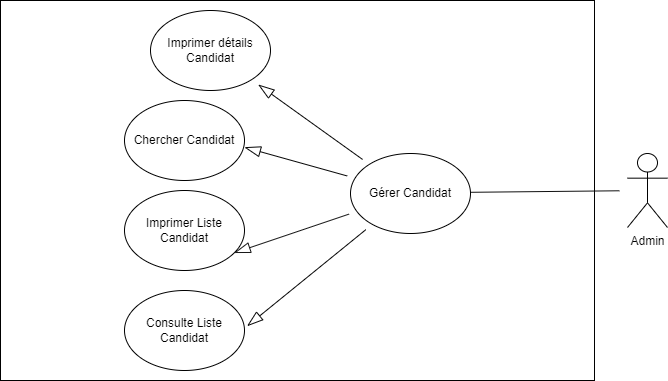
yassineraddaoui/UmlPFE keeps this draw.io diagram as Diagramme de cas d’utilisation « Gérer Spécialités ».drawio.png. Above is the earlier version. Source tidied: cells renumbered, new cells last; positions are measured from the earlier drawing's top-left corner, leaving out a move shared by most shapes.
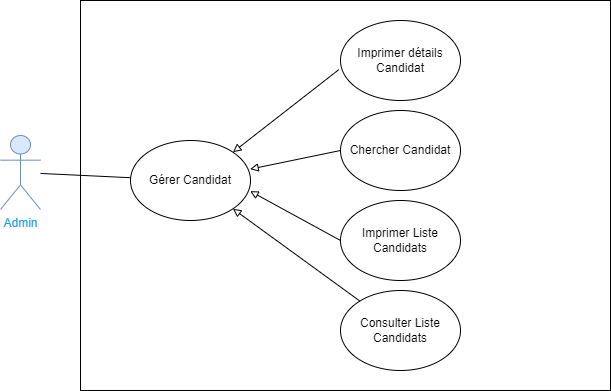
Above is the later version.

Change to the diagram source:
```diff
@@ -2,53 +2,47 @@
   <root>
     <mxCell id="0" />
     <mxCell id="1" parent="0" />
-    <mxCell id="2" style="edgeStyle=orthogonalEdgeStyle;orthogonalLoop=1;jettySize=auto;html=1;labelBackgroundColor=#FFFFFF;fontColor=default;startArrow=none;startFill=0;endArrow=block;endFill=0;startSize=14;endSize=14;sourcePerimeterSpacing=8;targetPerimeterSpacing=8;strokeColor=#FFFFFF;strokeWidth=1;" parent="1" edge="1">
-      <mxGeometry relative="1" as="geometry">
-        <mxPoint x="338" y="163" as="sourcePoint" />
-        <mxPoint x="273" y="146" as="targetPoint" />
-      </mxGeometry>
-    </mxCell>
     <mxCell id="3" style="edgeStyle=orthogonalEdgeStyle;orthogonalLoop=1;jettySize=auto;html=1;labelBackgroundColor=#FFFFFF;fontColor=default;startArrow=none;startFill=0;endArrow=block;endFill=0;startSize=14;endSize=14;sourcePerimeterSpacing=8;targetPerimeterSpacing=8;strokeColor=#FFFFFF;strokeWidth=1;" parent="1" edge="1">
       <mxGeometry relative="1" as="geometry">
         <mxPoint x="263" y="214" as="sourcePoint" />
         <mxPoint x="264" y="226" as="targetPoint" />
       </mxGeometry>
     </mxCell>
+    <mxCell id="16" style="edgeStyle=none;rounded=0;jettySize=auto;html=1;entryX=1;entryY=1;entryDx=0;entryDy=0;startArrow=none;startFill=0;endArrow=block;endFill=0;" parent="1" edge="1" source="4" target="12">
+      <mxGeometry relative="1" as="geometry" />
+    </mxCell>
-    <mxCell id="4" value="Consulte Liste Candidat" style="ellipse;whiteSpace=wrap;html=1;labelBackgroundColor=none;hachureGap=4;fontFamily=Helvetica;fontSize=12;fontColor=#000000;strokeColor=#000000;fillColor=none;" parent="1" vertex="1">
-      <mxGeometry x="124" y="290" width="120" height="80" as="geometry" />
+    <mxCell id="4" value="Consulter Liste Candidats" style="ellipse;whiteSpace=wrap;html=1;labelBackgroundColor=none;hachureGap=4;fontFamily=Helvetica;fontSize=12;fontColor=#000000;strokeColor=#000000;fillColor=none;" parent="1" vertex="1">
+      <mxGeometry x="290" y="270" width="120" height="80" as="geometry" />
     </mxCell>
-    <mxCell id="5" value="Imprimer Liste Candidat" style="ellipse;whiteSpace=wrap;html=1;labelBackgroundColor=none;hachureGap=4;fontFamily=Helvetica;fontSize=12;fontColor=#000000;strokeColor=#000000;fillColor=none;" parent="1" vertex="1">
-      <mxGeometry x="124" y="190" width="120" height="80" as="geometry" />
+    <mxCell id="5" value="Imprimer Liste Candidats" style="ellipse;whiteSpace=wrap;html=1;labelBackgroundColor=none;hachureGap=4;fontFamily=Helvetica;fontSize=12;fontColor=#000000;strokeColor=#000000;fillColor=none;" parent="1" vertex="1">
+      <mxGeometry x="290" y="180" width="120" height="80" as="geometry" />
     </mxCell>
-    <mxCell id="6" style="shape=connector;rounded=1;sketch=0;jettySize=auto;html=1;shadow=0;labelBackgroundColor=#FFFFFF;fontFamily=Helvetica;fontSize=12;fontColor=#000000;startArrow=none;startFill=0;endArrow=none;endFill=0;startSize=14;endSize=14;sourcePerimeterSpacing=8;targetPerimeterSpacing=8;strokeColor=#0F0F0F;strokeWidth=1;entryX=0.997;entryY=0.485;entryDx=0;entryDy=0;entryPerimeter=0;" parent="1" edge="1" source="15" target="12">
-      <mxGeometry relative="1" as="geometry" />
-    </mxCell>
-    <mxCell id="7" style="rounded=0;whiteSpace=wrap;html=1;labelBackgroundColor=none;hachureGap=4;fontFamily=Helvetica;fontSize=12;fontColor=#000000;strokeColor=#000000;fillColor=none;" parent="1" vertex="1">
-      <mxGeometry width="594" height="380" as="geometry" />
-    </mxCell>
-    <mxCell id="8" style="edgeStyle=none;curved=1;rounded=0;jettySize=auto;html=1;entryX=1.022;entryY=0.445;entryDx=0;entryDy=0;entryPerimeter=0;endArrow=blockThin;startSize=14;endSize=14;sourcePerimeterSpacing=8;targetPerimeterSpacing=8;endFill=0;strokeColor=#050505;" parent="1" edge="1" source="12" target="4">
-      <mxGeometry relative="1" as="geometry" />
-    </mxCell>
-    <mxCell id="9" style="edgeStyle=none;curved=1;rounded=0;jettySize=auto;html=1;entryX=0.915;entryY=0.78;entryDx=0;entryDy=0;entryPerimeter=0;endArrow=blockThin;startSize=14;endSize=14;sourcePerimeterSpacing=8;targetPerimeterSpacing=8;strokeColor=#171717;endFill=0;" parent="1" edge="1" source="12" target="5">
-      <mxGeometry relative="1" as="geometry" />
-    </mxCell>
-    <mxCell id="10" style="edgeStyle=none;curved=1;rounded=0;jettySize=auto;html=1;entryX=1;entryY=0.585;entryDx=0;entryDy=0;entryPerimeter=0;endArrow=blockThin;endFill=0;startSize=14;endSize=14;sourcePerimeterSpacing=8;targetPerimeterSpacing=8;strokeColor=#050505;" parent="1" edge="1" source="12" target="13">
-      <mxGeometry relative="1" as="geometry" />
-    </mxCell>
-    <mxCell id="11" style="edgeStyle=none;curved=1;rounded=0;jettySize=auto;html=1;endArrow=blockThin;endFill=0;startSize=14;endSize=14;sourcePerimeterSpacing=8;targetPerimeterSpacing=8;strokeColor=#050505;" parent="1" edge="1" source="12" target="14">
-      <mxGeometry relative="1" as="geometry" />
-    </mxCell>
-    <mxCell id="12" value="Gérer Candidat" style="ellipse;whiteSpace=wrap;html=1;labelBackgroundColor=none;hachureGap=4;fontFamily=Helvetica;fontSize=12;fontColor=#000000;strokeColor=#000000;fillColor=none;" parent="1" vertex="1">
-      <mxGeometry x="350" y="153" width="120" height="80" as="geometry" />
-    </mxCell>
     <mxCell id="13" value="Chercher Candidat" style="ellipse;whiteSpace=wrap;html=1;labelBackgroundColor=none;hachureGap=4;fontFamily=Helvetica;fontSize=12;fontColor=#000000;strokeColor=#000000;fillColor=none;" parent="1" vertex="1">
-      <mxGeometry x="124" y="100" width="120" height="80" as="geometry" />
+      <mxGeometry x="290" y="90" width="120" height="80" as="geometry" />
     </mxCell>
+    <mxCell id="17" style="edgeStyle=none;rounded=0;jettySize=auto;html=1;entryX=1;entryY=0;entryDx=0;entryDy=0;endArrow=block;endFill=0;startArrow=none;startFill=0;exitX=-0.013;exitY=0.613;exitDx=0;exitDy=0;exitPerimeter=0;" parent="1" edge="1" source="14" target="12">
+      <mxGeometry relative="1" as="geometry" />
+    </mxCell>
     <mxCell id="14" value="Imprimer détails Candidat" style="ellipse;whiteSpace=wrap;html=1;labelBackgroundColor=none;hachureGap=4;fontFamily=Helvetica;fontSize=12;fontColor=#000000;strokeColor=#000000;fillColor=none;" parent="1" vertex="1">
-      <mxGeometry x="150" y="10" width="120" height="80" as="geometry" />
+      <mxGeometry x="290" width="120" height="80" as="geometry" />
     </mxCell>
-    <mxCell id="15" value="Admin" style="shape=umlActor;verticalLabelPosition=bottom;verticalAlign=top;html=1;outlineConnect=0;labelBackgroundColor=#FFFFFF;hachureGap=4;fontColor=#000000;strokeColor=#000000;fillColor=none;" parent="1" vertex="1">
-      <mxGeometry x="627" y="153" width="40" height="74" as="geometry" />
+    <mxCell id="15" value="&lt;font color=&quot;#1ba1e2&quot;&gt;Admin&lt;/font&gt;" style="shape=umlActor;verticalLabelPosition=bottom;verticalAlign=top;html=1;outlineConnect=0;labelBackgroundColor=#FFFFFF;hachureGap=4;strokeColor=#6c8ebf;fillColor=#dae8fc;" parent="1" vertex="1">
+      <mxGeometry x="-50" y="115" width="40" height="74" as="geometry" />
     </mxCell>
+    <mxCell id="18" style="edgeStyle=none;rounded=0;jettySize=auto;html=1;endArrow=none;endFill=0;" parent="1" edge="1" source="12" target="15">
+      <mxGeometry relative="1" as="geometry" />
+    </mxCell>
+    <mxCell id="12" value="Gérer Candidat" style="ellipse;whiteSpace=wrap;html=1;labelBackgroundColor=none;hachureGap=4;fontFamily=Helvetica;fontSize=12;fontColor=#000000;strokeColor=#000000;fillColor=none;" parent="1" vertex="1">
+      <mxGeometry x="80" y="120" width="120" height="80" as="geometry" />
+    </mxCell>
+    <mxCell id="19" style="edgeStyle=none;rounded=0;jettySize=auto;html=1;endArrow=block;endFill=0;startArrow=none;startFill=0;exitX=0;exitY=0.5;exitDx=0;exitDy=0;entryX=0.997;entryY=0.358;entryDx=0;entryDy=0;entryPerimeter=0;" parent="1" edge="1" source="13" target="12">
+      <mxGeometry relative="1" as="geometry" />
+    </mxCell>
+    <mxCell id="20" style="edgeStyle=none;rounded=0;jettySize=auto;html=1;endArrow=block;endFill=0;startArrow=none;startFill=0;exitX=0;exitY=0.5;exitDx=0;exitDy=0;entryX=0.997;entryY=0.633;entryDx=0;entryDy=0;entryPerimeter=0;" parent="1" edge="1" source="5" target="12">
+      <mxGeometry relative="1" as="geometry" />
+    </mxCell>
+    <mxCell id="21" style="rounded=0;whiteSpace=wrap;html=1;fillColor=none;" parent="1" vertex="1">
+      <mxGeometry x="30" y="-20" width="530" height="390" as="geometry" />
+    </mxCell>
   </root>
 </mxGraphModel>
```
